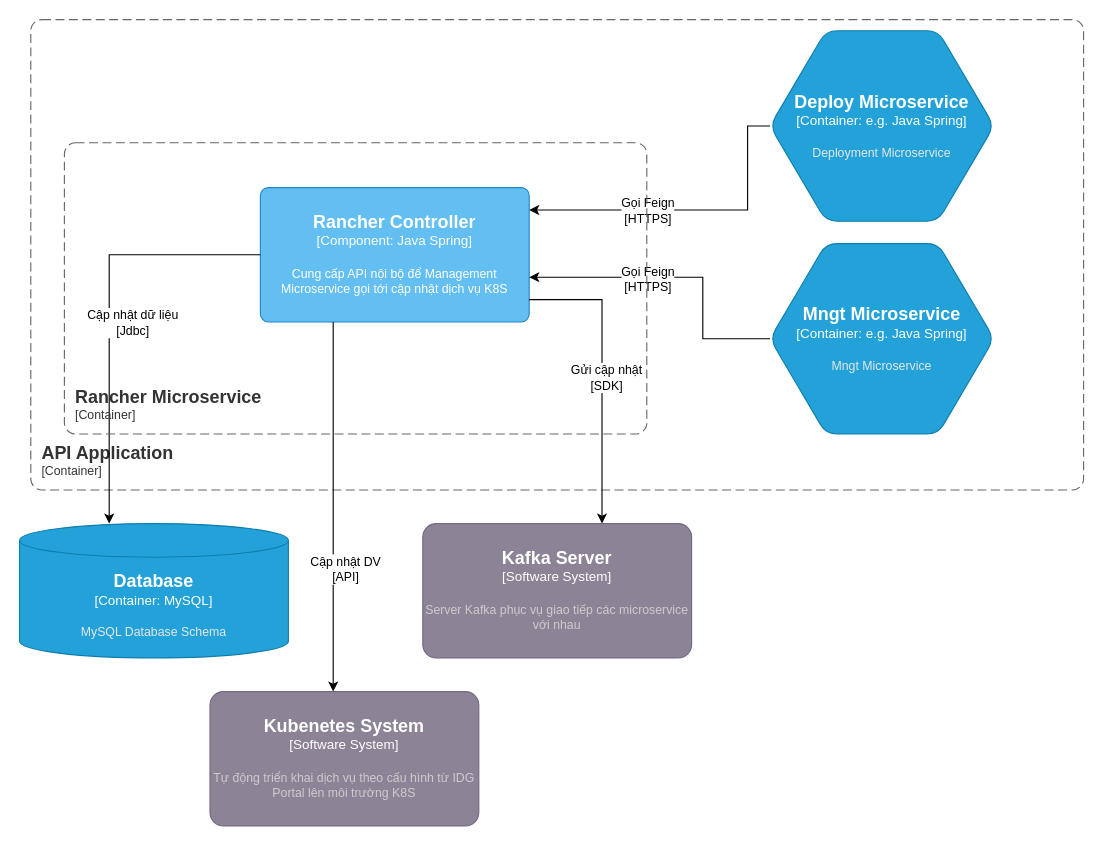
Above: Idg-Portal lv3 api rancher.drawio in dangngocsoncntt/draw.io (draw.io), before the change. Source tidied: cells renumbered, new cells numbered last; positions are measured from the earlier drawing's top-left corner, leaving out a move shared by most shapes. Both pictures are drawn from the tidied source at 112%, with x=0, y=0 at pixel (19, 19).
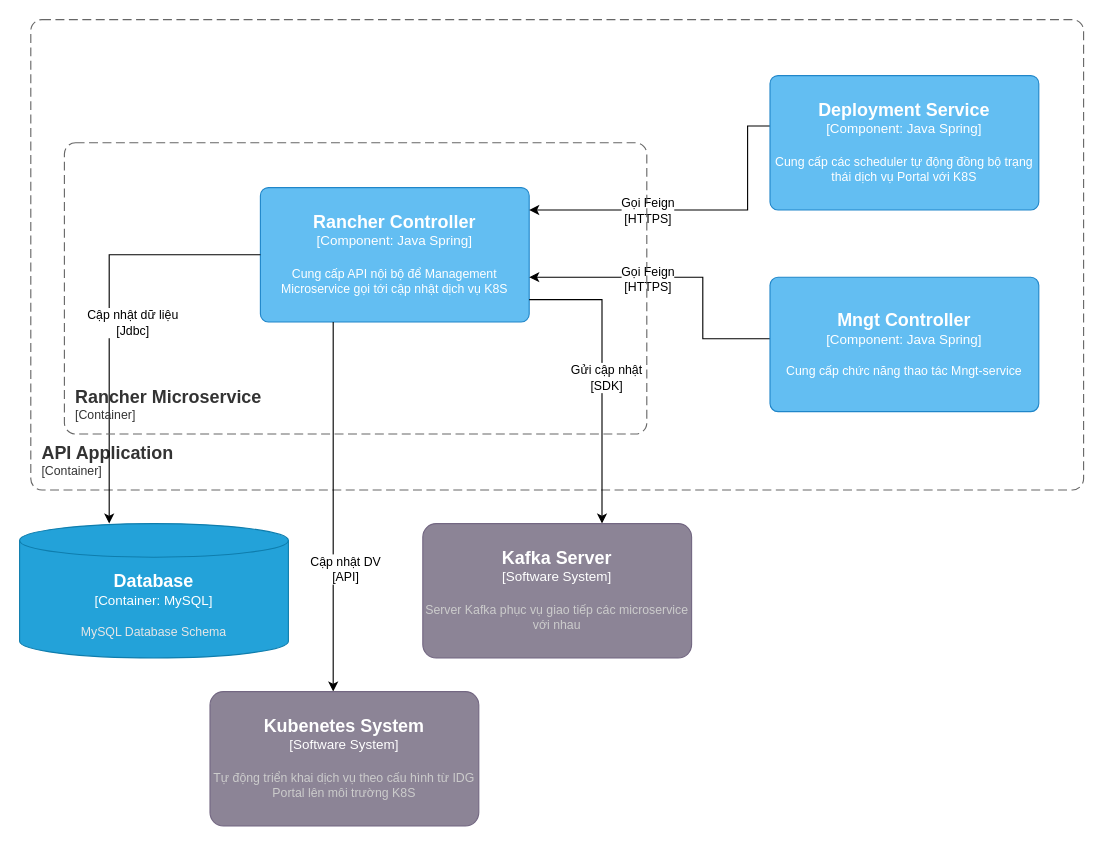
The same diagram, later.

Unchanged cells that the change refers to:
```xml
<object id="3" label="&lt;font style=&quot;font-size: 16px&quot;&gt;&lt;b&gt;%c4Name%&lt;/b&gt;&lt;/font&gt;&lt;div&gt;[%c4Type%: %c4Technology%]&lt;/div&gt;&lt;br&gt;&lt;div&gt;&lt;font style=&quot;font-size: 11px&quot;&gt;%c4Description%&lt;/font&gt;&lt;/div&gt;" c4Description="Cung cấp API nội bộ để Management Microservice gọi tới cập nhật dịch vụ K8S" c4Name="Rancher Controller" c4Technology="Java Spring" c4Type="Component" placeholders="1">
  <mxCell style="rounded=1;whiteSpace=wrap;html=1;labelBackgroundColor=none;fillColor=#63BEF2;fontColor=#ffffff;align=center;arcSize=6;strokeColor=#2086C9;points=[[0.25,0,0],[0.5,0,0],[0.75,0,0],[1,0.25,0],[1,0.5,0],[1,0.75,0],[0.75,1,0],[0.5,1,0],[0.25,1,0],[0,0.75,0],[0,0.5,0],[0,0.25,0]];" parent="1" vertex="1">
    <mxGeometry x="215" y="150" width="240" height="120" as="geometry" />
  </mxCell>
</object>
```

Change to the diagram source:
```diff
@@
-    <mxCell id="13" style="edgeStyle=orthogonalEdgeStyle;rounded=0;jettySize=auto;html=1;" parent="1" edge="1" source="18" target="3">
+    <mxCell id="13" style="edgeStyle=orthogonalEdgeStyle;rounded=0;jettySize=auto;html=1;" parent="1" edge="1" target="3">
       <mxGeometry relative="1" as="geometry">
+        <mxPoint x="670" y="95" as="sourcePoint" />
         <Array as="points">
           <mxPoint x="650" y="95" />
           <mxPoint x="650" y="170" />
         </Array>
       </mxGeometry>
     </mxCell>
@@
-    <mxCell id="15" style="edgeStyle=orthogonalEdgeStyle;rounded=0;jettySize=auto;html=1;exitX=0;exitY=0.5;exitDx=0;exitDy=0;exitPerimeter=0;" parent="1" edge="1" source="19" target="3">
+    <mxCell id="15" style="edgeStyle=orthogonalEdgeStyle;rounded=0;jettySize=auto;html=1;exitX=0;exitY=0.5;exitDx=0;exitDy=0;exitPerimeter=0;" parent="1" edge="1" target="3">
       <mxGeometry relative="1" as="geometry">
+        <mxPoint x="670" y="285" as="sourcePoint" />
         <Array as="points">
           <mxPoint x="610" y="285" />
           <mxPoint x="610" y="230" />
         </Array>
       </mxGeometry>
     </mxCell>
@@
-    <object id="18" label="&lt;font style=&quot;font-size: 16px&quot;&gt;&lt;b&gt;%c4Type%&lt;/b&gt;&lt;/font&gt;&lt;div&gt;[%c4Container%:&amp;nbsp;%c4Technology%]&lt;/div&gt;&lt;br&gt;&lt;div&gt;&lt;font style=&quot;font-size: 11px&quot;&gt;&lt;font color=&quot;#E6E6E6&quot;&gt;%c4Description%&lt;/font&gt;&lt;/div&gt;" c4Container="Container" c4Description="Deployment Microservice" c4Technology="e.g. Java Spring" c4Type="Deploy Microservice" placeholders="1">
-      <mxCell style="shape=hexagon;size=50;perimeter=hexagonPerimeter2;whiteSpace=wrap;html=1;fixedSize=1;rounded=1;labelBackgroundColor=none;fillColor=#23A2D9;fontSize=12;fontColor=#ffffff;align=center;strokeColor=#0E7DAD;points=[[0.5,0,0],[1,0.25,0],[1,0.5,0],[1,0.75,0],[0.5,1,0],[0,0.75,0],[0,0.5,0],[0,0.25,0]];" parent="1" vertex="1">
-        <mxGeometry x="670" y="10" width="200" height="170" as="geometry" />
-      </mxCell>
-    </object>
-    <object id="19" label="&lt;font style=&quot;font-size: 16px&quot;&gt;&lt;b&gt;%c4Type%&lt;/b&gt;&lt;/font&gt;&lt;div&gt;[%c4Container%:&amp;nbsp;%c4Technology%]&lt;/div&gt;&lt;br&gt;&lt;div&gt;&lt;font style=&quot;font-size: 11px&quot;&gt;&lt;font color=&quot;#E6E6E6&quot;&gt;%c4Description%&lt;/font&gt;&lt;/div&gt;" c4Container="Container" c4Description="Mngt Microservice" c4Technology="e.g. Java Spring" c4Type="Mngt Microservice" placeholders="1">
-      <mxCell style="shape=hexagon;size=50;perimeter=hexagonPerimeter2;whiteSpace=wrap;html=1;fixedSize=1;rounded=1;labelBackgroundColor=none;fillColor=#23A2D9;fontSize=12;fontColor=#ffffff;align=center;strokeColor=#0E7DAD;points=[[0.5,0,0],[1,0.25,0],[1,0.5,0],[1,0.75,0],[0.5,1,0],[0,0.75,0],[0,0.5,0],[0,0.25,0]];" parent="1" vertex="1">
-        <mxGeometry x="670" y="200" width="200" height="170" as="geometry" />
-      </mxCell>
-    </object>
+    <object id="20" label="&lt;font style=&quot;font-size: 16px&quot;&gt;&lt;b&gt;%c4Name%&lt;/b&gt;&lt;/font&gt;&lt;div&gt;[%c4Type%: %c4Technology%]&lt;/div&gt;&lt;br&gt;&lt;div&gt;&lt;font style=&quot;font-size: 11px&quot;&gt;%c4Description%&lt;/font&gt;&lt;/div&gt;" c4Description="Cung cấp các scheduler tự động đồng bộ trạng thái dịch vụ Portal với K8S" c4Name="Deployment Service" c4Technology="Java Spring" c4Type="Component" placeholders="1">
+      <mxCell style="rounded=1;whiteSpace=wrap;html=1;labelBackgroundColor=none;fillColor=#63BEF2;fontColor=#ffffff;align=center;arcSize=6;strokeColor=#2086C9;" parent="1" vertex="1">
+        <mxGeometry x="670" y="50" width="240" height="120" as="geometry" />
+      </mxCell>
+    </object>
+    <object id="21" label="&lt;font style=&quot;font-size: 16px&quot;&gt;&lt;b&gt;%c4Name%&lt;/b&gt;&lt;/font&gt;&lt;div&gt;[%c4Type%: %c4Technology%]&lt;/div&gt;&lt;br&gt;&lt;div&gt;&lt;font style=&quot;font-size: 11px&quot;&gt;%c4Description%&lt;/font&gt;&lt;/div&gt;" c4Description="Cung cấp chức năng thao tác Mngt-service" c4Name="Mngt Controller" c4Technology="Java Spring" c4Type="Component" placeholders="1">
+      <mxCell style="rounded=1;whiteSpace=wrap;html=1;labelBackgroundColor=none;fillColor=#63BEF2;fontColor=#ffffff;align=center;arcSize=6;strokeColor=#2086C9;" parent="1" vertex="1">
+        <mxGeometry x="670" y="230" width="240" height="120" as="geometry" />
+      </mxCell>
+    </object>
```
